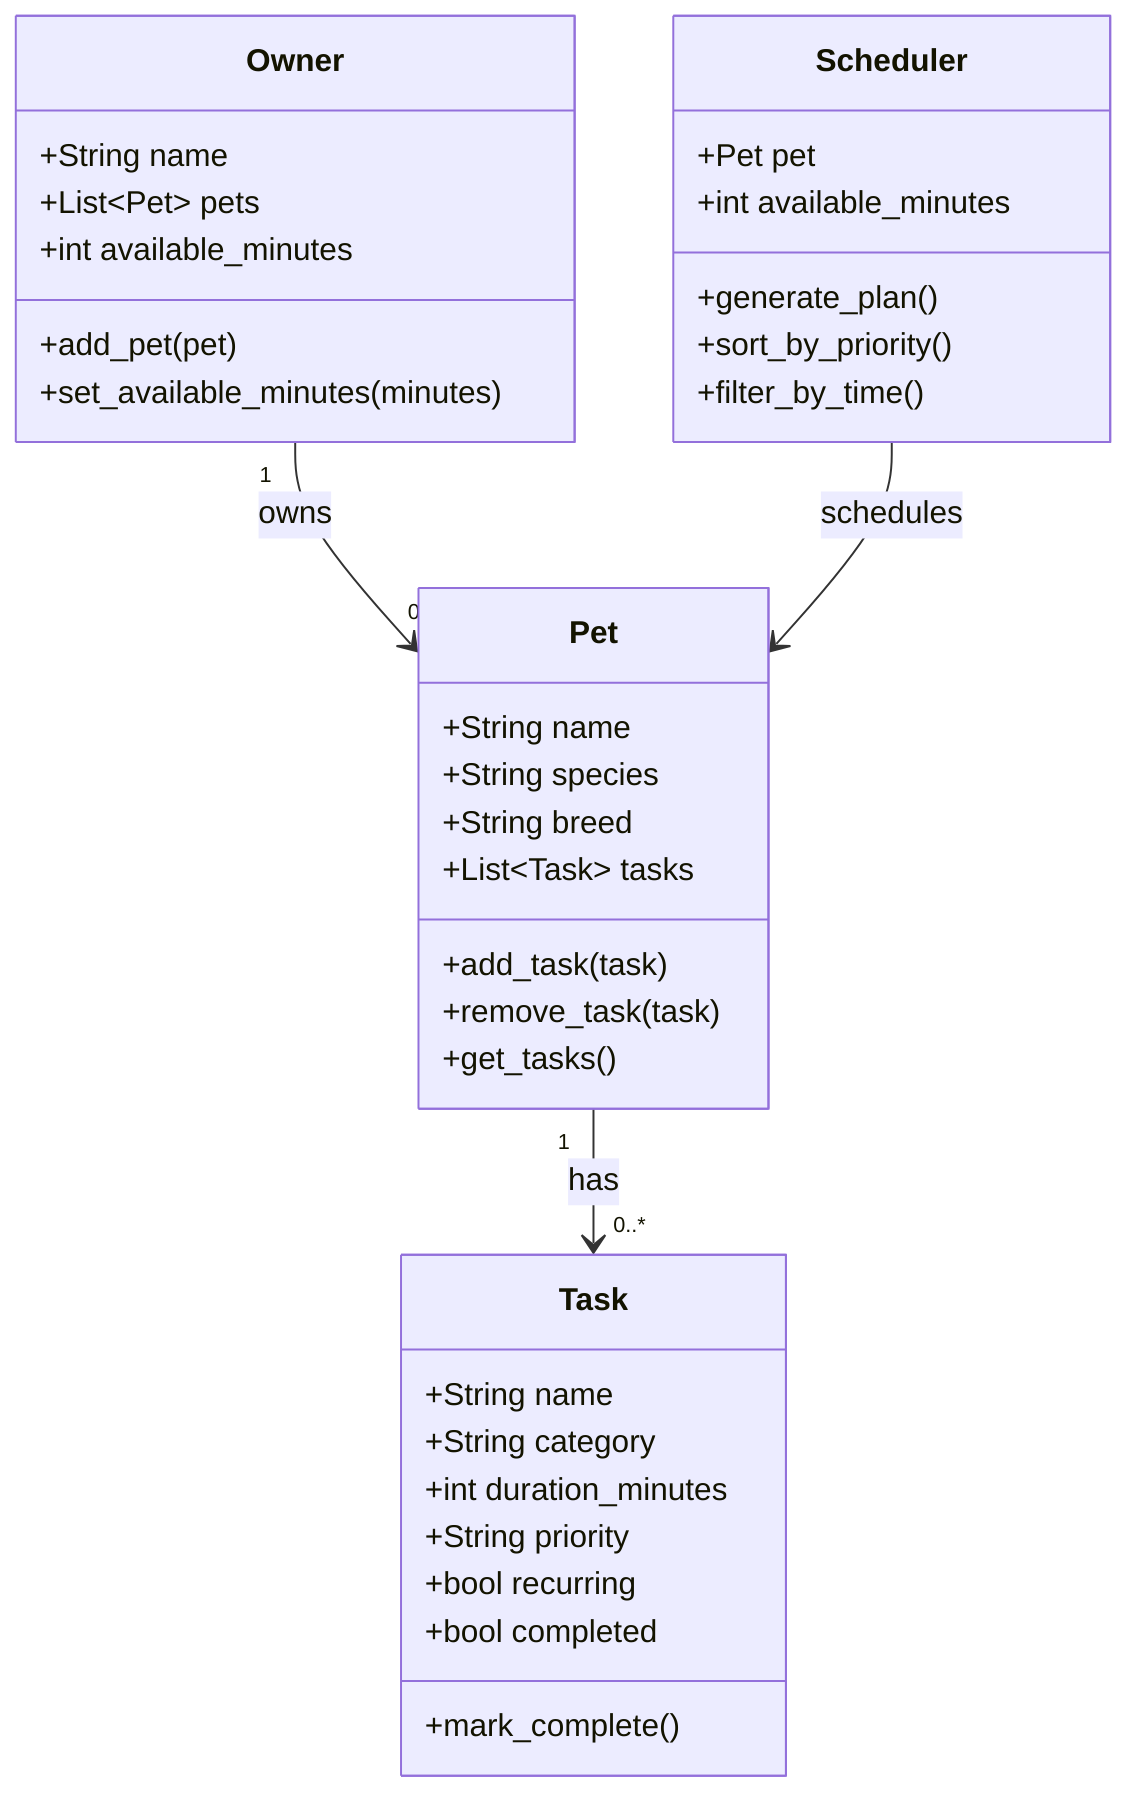
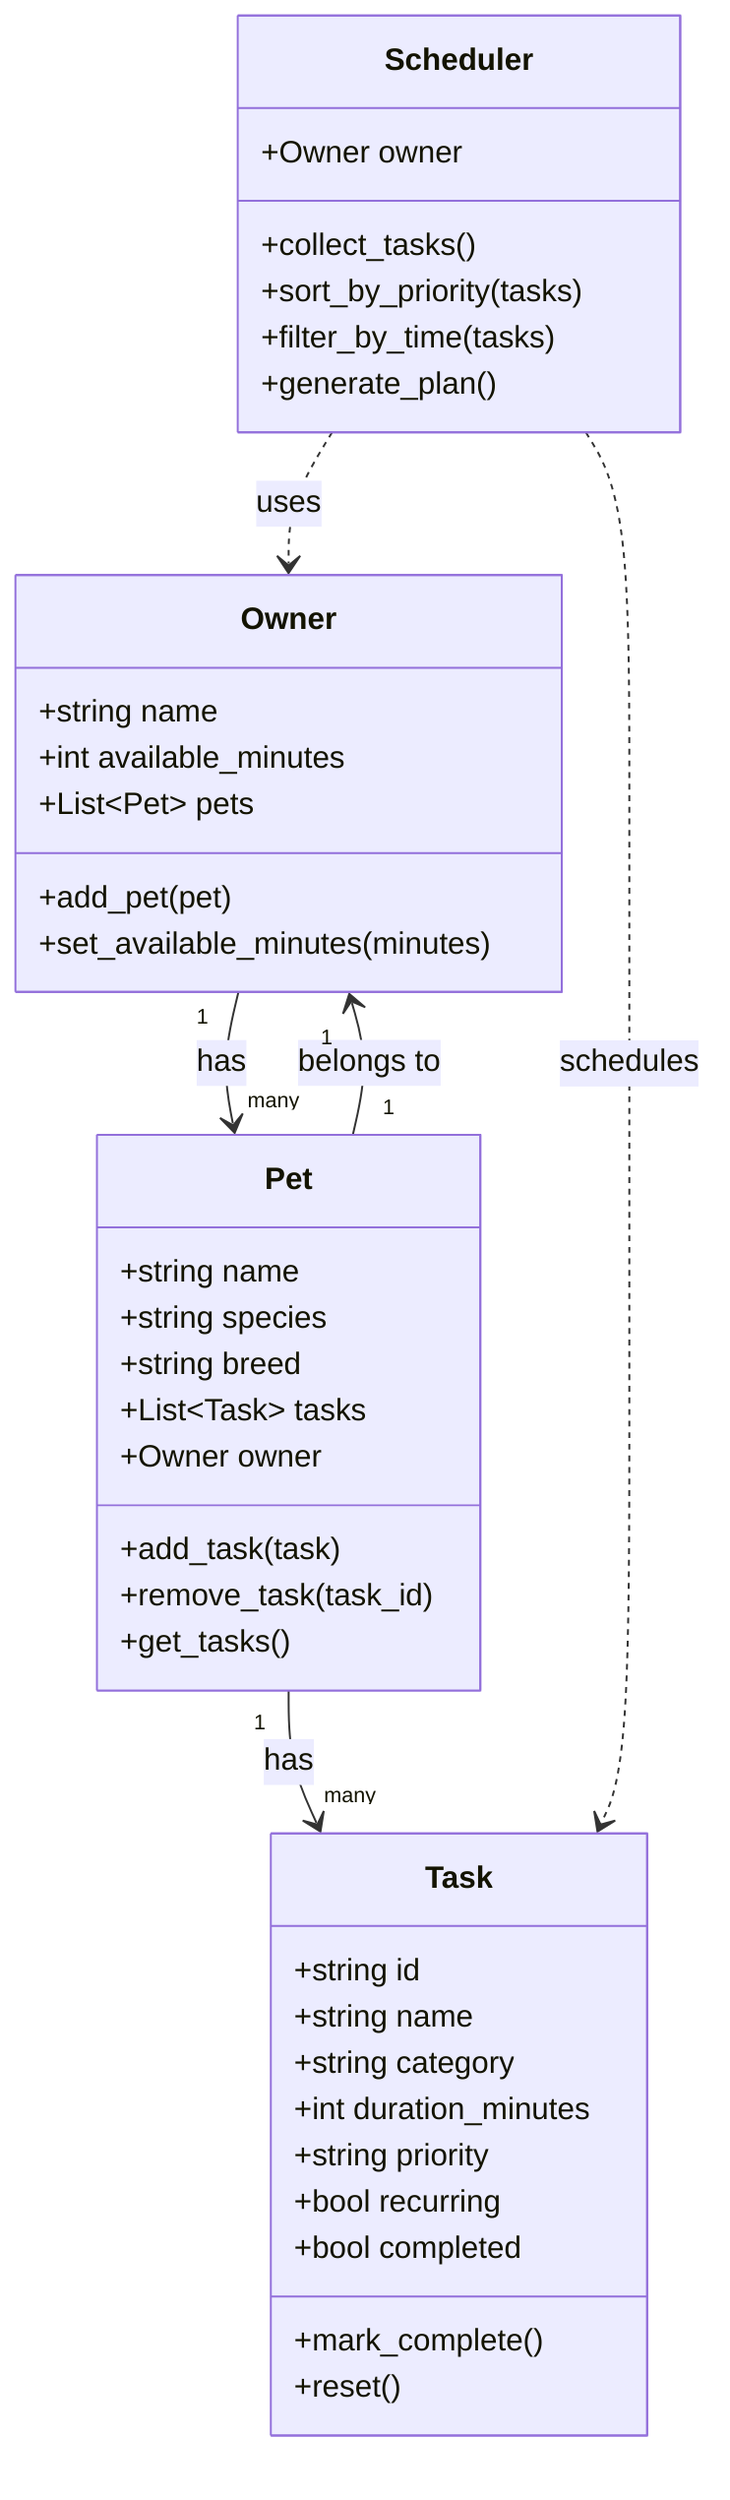
classDiagram
- 
- class Owner {
-     +String name
+ class Owner{
+     +string name
+     +int available_minutes
    +List~Pet~ pets
-     +int available_minutes
    +add_pet(pet)
    +set_available_minutes(minutes)
}
- 
- class Pet {
-     +String name
-     +String species
-     +String breed
+ class Pet{
+     +string name
+     +string species
+     +string breed
    +List~Task~ tasks
+     +Owner owner
    +add_task(task)
-     +remove_task(task)
+     +remove_task(task_id)
    +get_tasks()
}
- 
- class Task {
-     +String name
-     +String category
+ class Task{
+     +string id
+     +string name
+     +string category
    +int duration_minutes
-     +String priority
+     +string priority
    +bool recurring
    +bool completed
    +mark_complete()
+     +reset()
}
- 
- class Scheduler {
-     +Pet pet
-     +int available_minutes
+ class Scheduler{
+     +Owner owner
+     +collect_tasks()
+     +sort_by_priority(tasks)
+     +filter_by_time(tasks)
    +generate_plan()
-     +sort_by_priority()
-     +filter_by_time()
}
- 
- Owner "1" --> "0..*" Pet : owns
- Pet "1" --> "0..*" Task : has
- Scheduler --> Pet : schedules
+ Owner "1"-->"many" Pet:has
+ Pet "1"-->"many" Task:has
+ Pet "1"-->"1" Owner:belongs to
+ Scheduler ..> Owner:uses
+ Scheduler ..> Task:schedules